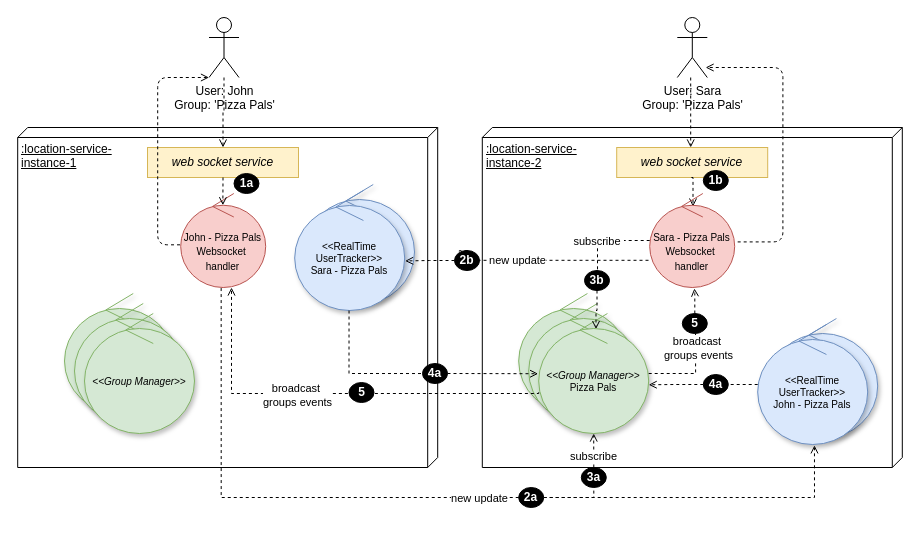
Before: page "LS-sharding" (4 of 6) of content/schemas/architecture.drawio in position-pal/Documentation, a draw.io diagram. Source tidied: cells renumbered, new cells numbered last; positions are measured from the earlier drawing's top-left corner, leaving out a move shared by most shapes. Both pictures are drawn from the tidied source at 100%, with x=0, y=0 at pixel (17, 17).
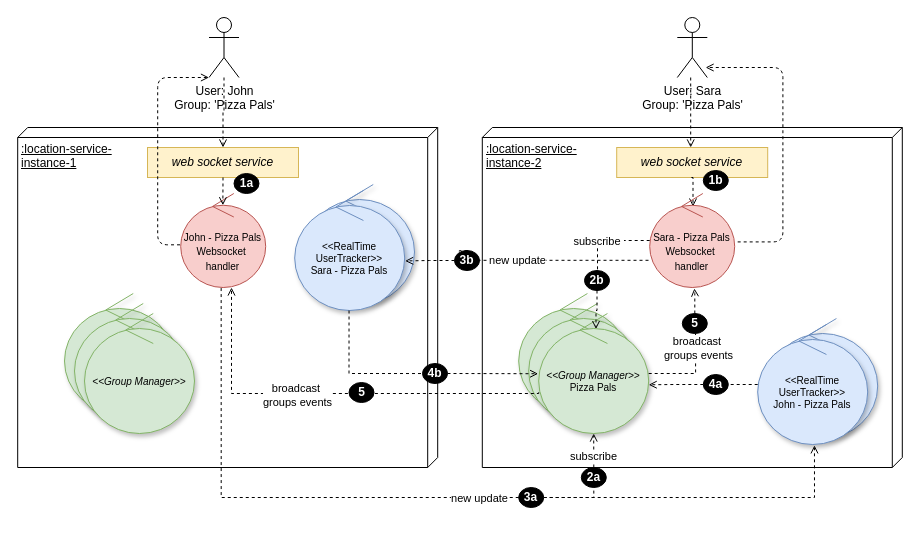
The same page after the edit.

Diff of the diagram source:
```diff
@@
-    <mxCell id="26" value="&lt;font color=&quot;#ffffff&quot;&gt;&lt;b&gt;2a&lt;/b&gt;&lt;/font&gt;" style="ellipse;whiteSpace=wrap;html=1;fillColor=#000000;" parent="1" vertex="1">
+    <mxCell id="26" value="&lt;font color=&quot;#ffffff&quot;&gt;&lt;b&gt;3a&lt;/b&gt;&lt;/font&gt;" style="ellipse;whiteSpace=wrap;html=1;fillColor=#000000;" parent="1" vertex="1">
       <mxGeometry x="501.2" y="470" width="25" height="20" as="geometry" />
     </mxCell>
@@
-    <mxCell id="36" value="&lt;font color=&quot;#ffffff&quot;&gt;&lt;b&gt;3b&lt;/b&gt;&lt;/font&gt;" style="ellipse;whiteSpace=wrap;html=1;fillColor=#000000;" parent="1" vertex="1">
+    <mxCell id="36" value="&lt;font color=&quot;#ffffff&quot;&gt;&lt;b&gt;2b&lt;/b&gt;&lt;/font&gt;" style="ellipse;whiteSpace=wrap;html=1;fillColor=#000000;" parent="1" vertex="1">
       <mxGeometry x="567" y="253" width="25" height="20" as="geometry" />
     </mxCell>
@@
-    <mxCell id="39" value="&lt;font color=&quot;#ffffff&quot;&gt;&lt;b&gt;2b&lt;/b&gt;&lt;/font&gt;" style="ellipse;whiteSpace=wrap;html=1;fillColor=#000000;" parent="1" vertex="1">
+    <mxCell id="39" value="&lt;font color=&quot;#ffffff&quot;&gt;&lt;b&gt;3b&lt;/b&gt;&lt;/font&gt;" style="ellipse;whiteSpace=wrap;html=1;fillColor=#000000;" parent="1" vertex="1">
       <mxGeometry x="437" y="233" width="25" height="20" as="geometry" />
     </mxCell>
@@
-    <mxCell id="46" value="&lt;font color=&quot;#ffffff&quot;&gt;&lt;b&gt;3a&lt;/b&gt;&lt;/font&gt;" style="ellipse;whiteSpace=wrap;html=1;fillColor=#000000;" parent="1" vertex="1">
+    <mxCell id="46" value="&lt;font color=&quot;#ffffff&quot;&gt;&lt;b&gt;2a&lt;/b&gt;&lt;/font&gt;" style="ellipse;whiteSpace=wrap;html=1;fillColor=#000000;" parent="1" vertex="1">
       <mxGeometry x="563.8" y="450" width="25" height="20" as="geometry" />
     </mxCell>
@@
-    <mxCell id="51" value="&lt;font color=&quot;#ffffff&quot;&gt;&lt;b&gt;4a&lt;/b&gt;&lt;/font&gt;" style="ellipse;whiteSpace=wrap;html=1;fillColor=#000000;" parent="1" vertex="1">
+    <mxCell id="51" value="&lt;font color=&quot;#ffffff&quot;&gt;&lt;b&gt;4b&lt;/b&gt;&lt;/font&gt;" style="ellipse;whiteSpace=wrap;html=1;fillColor=#000000;" parent="1" vertex="1">
       <mxGeometry x="405" y="346" width="25" height="20" as="geometry" />
     </mxCell>
```
